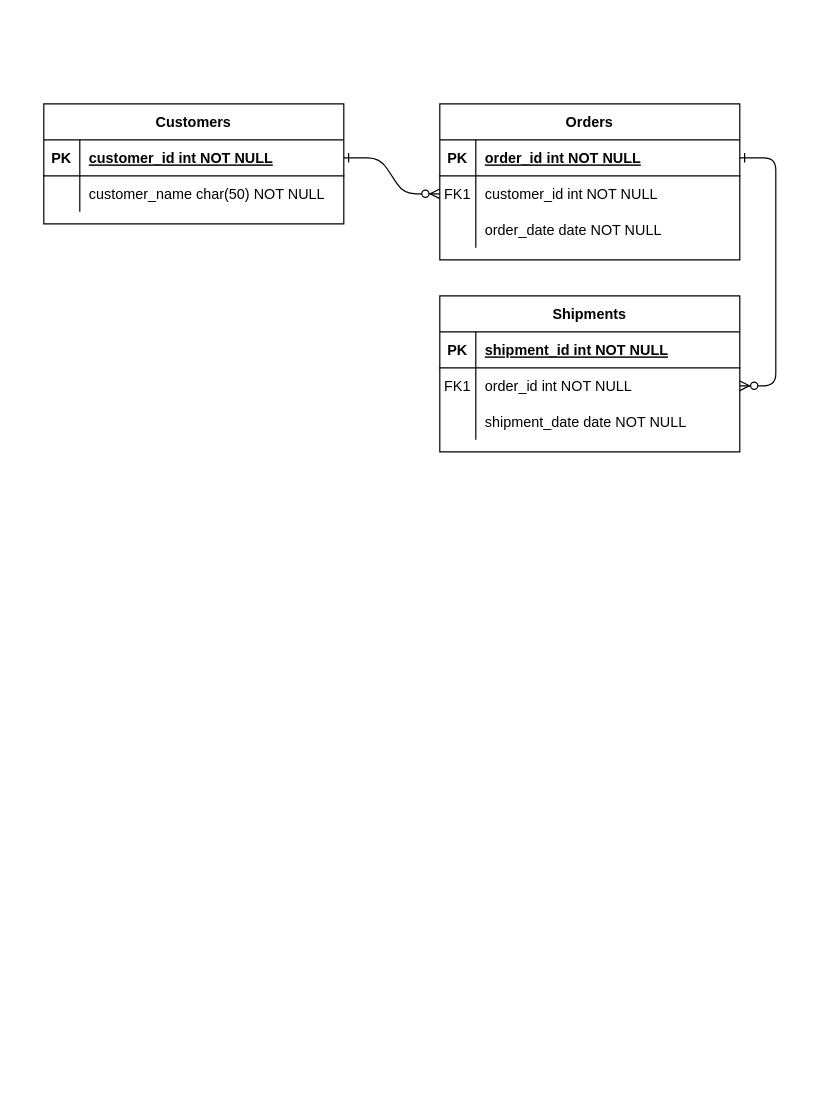
SxxAq/Temp keeps this draw.io diagram as Untitled Diagram.drawio. Above is the earlier version. Source tidied: cells renumbered, new cells numbered last; positions are measured from the earlier drawing's top-left corner, leaving out a move shared by most shapes. Both pictures are drawn from the tidied source at 120%, with x=0, y=0 at pixel (43, 103).
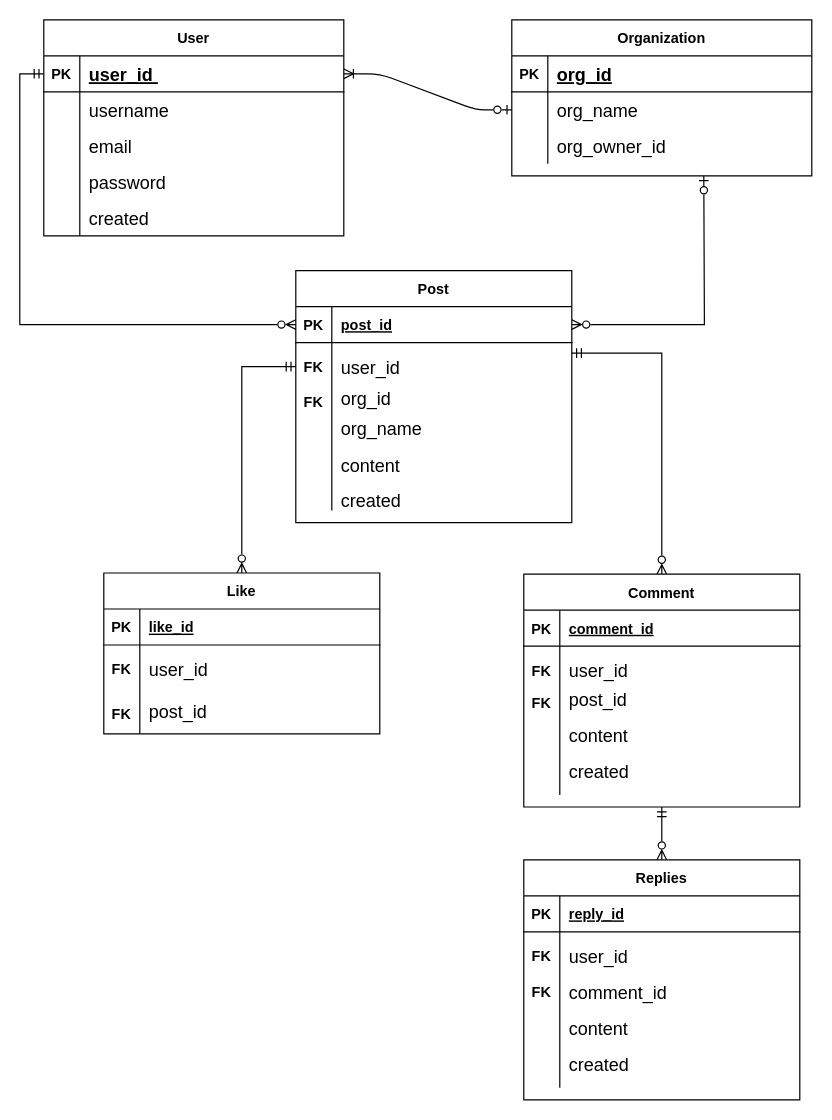
After the change.

Unchanged cells that the change refers to:
```xml
<mxCell id="5" style="shape=partialRectangle;fillColor=none;points=[[0,0.5],[1,0.5]];portConstraint=eastwest;top=0;left=0;right=0;bottom=1;" parent="4" vertex="1">
  <mxGeometry y="30" width="250" height="30" as="geometry" />
</mxCell>
<mxCell id="8" style="shape=partialRectangle;fillColor=none;points=[[0,0.5],[1,0.5]];portConstraint=eastwest;top=0;left=0;right=0;bottom=0;" parent="4" vertex="1">
  <mxGeometry y="60" width="250" height="30" as="geometry" />
</mxCell>
<mxCell id="11" style="shape=partialRectangle;fillColor=none;top=0;left=0;right=0;bottom=0;" parent="4" vertex="1">
  <mxGeometry y="90" width="250" height="30" as="geometry" />
</mxCell>
<mxCell id="25" style="shape=partialRectangle;fillColor=none;points=[[0,0.5],[1,0.5]];portConstraint=eastwest;top=0;left=0;right=0;bottom=1;" parent="24" vertex="1">
  <mxGeometry y="30" width="250" height="30" as="geometry" />
</mxCell>
```

Change to the diagram source:
```diff
@@
+    <mxCell id="31" value="org_name" style="shape=partialRectangle;overflow=hidden;fillColor=none;top=0;left=0;bottom=0;right=0;align=left;spacingLeft=6;fontSize=15;" parent="1" vertex="1">
+      <mxGeometry x="240" y="250" width="200" height="40" as="geometry" />
+    </mxCell>
-    <mxCell id="2" style="edgeStyle=entityRelationEdgeStyle;endArrow=ERzeroToMany;startArrow=ERone;endFill=1;startFill=0;" parent="1" edge="1" source="25" target="8">
+    <mxCell id="2" style="edgeStyle=entityRelationEdgeStyle;endArrow=ERzeroToOne;startArrow=ERoneToMany;endFill=0;startFill=0;" parent="1" edge="1" source="25" target="8">
       <mxGeometry relative="1" as="geometry" />
     </mxCell>
-    <mxCell id="3" style="edgeStyle=entityRelationEdgeStyle;endArrow=ERzeroToMany;startArrow=ERone;endFill=1;startFill=0;" parent="1" edge="1" source="5" target="18">
-      <mxGeometry relative="1" as="geometry" />
-    </mxCell>
-    <mxCell id="4" value="Orders" style="shape=table;startSize=30;childLayout=tableLayout;rowLines=0;fontStyle=1;align=center;" parent="1" vertex="1">
-      <mxGeometry x="330" width="250" height="130" as="geometry" />
+    <mxCell id="4" value="Organization" style="shape=table;startSize=30;childLayout=tableLayout;rowLines=0;fontStyle=1;align=center;" parent="1" vertex="1">
+      <mxGeometry x="390" y="-70" width="250" height="130" as="geometry" />
     </mxCell>
@@
-    <mxCell id="7" value="order_id int NOT NULL " style="shape=partialRectangle;overflow=hidden;fillColor=none;top=0;left=0;bottom=0;right=0;align=left;spacingLeft=6;fontStyle=5;" parent="5" vertex="1">
+    <mxCell id="7" value="org_id" style="shape=partialRectangle;overflow=hidden;fillColor=none;top=0;left=0;bottom=0;right=0;align=left;spacingLeft=6;fontStyle=5;fontSize=15;" parent="5" vertex="1">
       <mxGeometry x="30" width="220" height="30" as="geometry" />
     </mxCell>
@@
-    <mxCell id="9" value="FK1" style="shape=partialRectangle;overflow=hidden;fillColor=none;top=0;left=0;bottom=0;right=0;" parent="8" vertex="1">
+    <mxCell id="9" style="shape=partialRectangle;overflow=hidden;fillColor=none;top=0;left=0;bottom=0;right=0;" parent="8" vertex="1">
       <mxGeometry width="30" height="30" as="geometry" />
     </mxCell>
-    <mxCell id="10" value="customer_id int NOT NULL" style="shape=partialRectangle;overflow=hidden;fillColor=none;top=0;left=0;bottom=0;right=0;align=left;spacingLeft=6;" parent="8" vertex="1">
+    <mxCell id="10" value="org_name" style="shape=partialRectangle;overflow=hidden;fillColor=none;top=0;left=0;bottom=0;right=0;align=left;spacingLeft=6;fontSize=15;" parent="8" vertex="1">
       <mxGeometry x="30" width="220" height="30" as="geometry" />
     </mxCell>
@@
-    <mxCell id="13" value="order_date date NOT NULL" style="shape=partialRectangle;overflow=hidden;fillColor=none;top=0;left=0;bottom=0;right=0;align=left;spacingLeft=6;" parent="11" vertex="1">
+    <mxCell id="13" value="org_owner_id" style="shape=partialRectangle;overflow=hidden;fillColor=none;top=0;left=0;bottom=0;right=0;align=left;spacingLeft=6;fontSize=15;" parent="11" vertex="1">
       <mxGeometry x="30" width="220" height="30" as="geometry" />
     </mxCell>
-    <mxCell id="14" value="Shipments" style="shape=table;startSize=30;childLayout=tableLayout;rowLines=0;fontStyle=1;align=center;" parent="1" vertex="1">
-      <mxGeometry x="330" y="160" width="250" height="130" as="geometry" />
+    <mxCell id="14" value="Post" style="shape=table;startSize=30;childLayout=tableLayout;rowLines=0;fontStyle=1;align=center;" parent="1" vertex="1">
+      <mxGeometry x="210" y="139" width="230" height="210" as="geometry" />
     </mxCell>
     <mxCell id="15" style="shape=partialRectangle;fillColor=none;points=[[0,0.5],[1,0.5]];portConstraint=eastwest;top=0;left=0;right=0;bottom=1;" parent="14" vertex="1">
-      <mxGeometry y="30" width="250" height="30" as="geometry" />
+      <mxGeometry y="30" width="230" height="30" as="geometry" />
     </mxCell>
@@
-    <mxCell id="17" value="shipment_id int NOT NULL " style="shape=partialRectangle;overflow=hidden;fillColor=none;top=0;left=0;bottom=0;right=0;align=left;spacingLeft=6;fontStyle=5;" parent="15" vertex="1">
-      <mxGeometry x="30" width="220" height="30" as="geometry" />
+    <mxCell id="17" value="post_id" style="shape=partialRectangle;overflow=hidden;fillColor=none;top=0;left=0;bottom=0;right=0;align=left;spacingLeft=6;fontStyle=5;" parent="15" vertex="1">
+      <mxGeometry x="30" width="200" height="30" as="geometry" />
     </mxCell>
     <mxCell id="18" style="shape=partialRectangle;fillColor=none;points=[[0,0.5],[1,0.5]];portConstraint=eastwest;top=0;left=0;right=0;bottom=0;" parent="14" vertex="1">
-      <mxGeometry y="60" width="250" height="30" as="geometry" />
+      <mxGeometry y="60" width="230" height="40" as="geometry" />
     </mxCell>
-    <mxCell id="19" value="FK1" style="shape=partialRectangle;overflow=hidden;fillColor=none;top=0;left=0;bottom=0;right=0;" parent="18" vertex="1">
-      <mxGeometry width="30" height="30" as="geometry" />
+    <mxCell id="19" value="FK" style="shape=partialRectangle;overflow=hidden;fillColor=none;top=0;left=0;bottom=0;right=0;fontStyle=1;" parent="18" vertex="1">
+      <mxGeometry width="30" height="40" as="geometry" />
     </mxCell>
-    <mxCell id="20" value="order_id int NOT NULL" style="shape=partialRectangle;overflow=hidden;fillColor=none;top=0;left=0;bottom=0;right=0;align=left;spacingLeft=6;" parent="18" vertex="1">
-      <mxGeometry x="30" width="220" height="30" as="geometry" />
+    <mxCell id="20" value="user_id" style="shape=partialRectangle;overflow=hidden;fillColor=none;top=0;left=0;bottom=0;right=0;align=left;spacingLeft=6;fontSize=15;" parent="18" vertex="1">
+      <mxGeometry x="30" width="200" height="40" as="geometry" />
     </mxCell>
     <mxCell id="21" style="shape=partialRectangle;fillColor=none;top=0;left=0;right=0;bottom=0;" parent="14" vertex="1">
-      <mxGeometry y="90" width="250" height="30" as="geometry" />
+      <mxGeometry y="100" width="230" height="100" as="geometry" />
     </mxCell>
     <mxCell id="22" style="shape=partialRectangle;overflow=hidden;fillColor=none;top=0;left=0;bottom=0;right=0;" parent="21" vertex="1">
-      <mxGeometry width="30" height="30" as="geometry" />
+      <mxGeometry width="30" height="100" as="geometry" />
     </mxCell>
-    <mxCell id="23" value="shipment_date date NOT NULL" style="shape=partialRectangle;overflow=hidden;fillColor=none;top=0;left=0;bottom=0;right=0;align=left;spacingLeft=6;" parent="21" vertex="1">
-      <mxGeometry x="30" width="220" height="30" as="geometry" />
+    <mxCell id="23" style="shape=partialRectangle;overflow=hidden;fillColor=none;top=0;left=0;bottom=0;right=0;align=left;spacingLeft=6;" parent="21" vertex="1">
+      <mxGeometry x="30" width="200" height="100" as="geometry" />
     </mxCell>
-    <mxCell id="24" value="Customers" style="shape=table;startSize=30;childLayout=tableLayout;rowLines=0;fontStyle=1;align=center;" parent="1" vertex="1">
-      <mxGeometry width="250" height="100" as="geometry" />
+    <mxCell id="24" value="User" style="shape=table;startSize=30;childLayout=tableLayout;rowLines=0;fontStyle=1;align=center;" parent="1" vertex="1">
+      <mxGeometry y="-70" width="250" height="180" as="geometry" />
     </mxCell>
@@
-    <mxCell id="27" value="customer_id int NOT NULL " style="shape=partialRectangle;overflow=hidden;fillColor=none;top=0;left=0;bottom=0;right=0;align=left;spacingLeft=6;fontStyle=5;" parent="25" vertex="1">
+    <mxCell id="27" value="user_id " style="shape=partialRectangle;overflow=hidden;fillColor=none;top=0;left=0;bottom=0;right=0;align=left;spacingLeft=6;fontStyle=5;fontSize=15;" parent="25" vertex="1">
       <mxGeometry x="30" width="220" height="30" as="geometry" />
     </mxCell>
     <mxCell id="28" style="shape=partialRectangle;fillColor=none;top=0;left=0;right=0;bottom=0;" parent="24" vertex="1">
-      <mxGeometry y="60" width="250" height="30" as="geometry" />
+      <mxGeometry y="60" width="250" height="120" as="geometry" />
     </mxCell>
     <mxCell id="29" style="shape=partialRectangle;overflow=hidden;fillColor=none;top=0;left=0;bottom=0;right=0;" parent="28" vertex="1">
-      <mxGeometry width="30" height="30" as="geometry" />
+      <mxGeometry width="30" height="120" as="geometry" />
     </mxCell>
-    <mxCell id="30" value="customer_name char(50) NOT NULL" style="shape=partialRectangle;overflow=hidden;fillColor=none;top=0;left=0;bottom=0;right=0;align=left;spacingLeft=6;" parent="28" vertex="1">
-      <mxGeometry x="30" width="220" height="30" as="geometry" />
+    <mxCell id="30" style="shape=partialRectangle;overflow=hidden;fillColor=none;top=0;left=0;bottom=0;right=0;align=left;spacingLeft=6;" parent="28" vertex="1">
+      <mxGeometry x="30" width="220" height="120" as="geometry" />
     </mxCell>
+    <mxCell id="32" value="username" style="shape=partialRectangle;overflow=hidden;fillColor=none;top=0;left=0;bottom=0;right=0;align=left;spacingLeft=6;fontSize=15;" parent="1" vertex="1">
+      <mxGeometry x="30" y="-10" width="220" height="30" as="geometry" />
+    </mxCell>
+    <mxCell id="33" value="email" style="shape=partialRectangle;overflow=hidden;fillColor=none;top=0;left=0;bottom=0;right=0;align=left;spacingLeft=6;fontSize=15;" parent="1" vertex="1">
+      <mxGeometry x="30" y="20" width="220" height="30" as="geometry" />
+    </mxCell>
+    <mxCell id="34" value="password" style="shape=partialRectangle;overflow=hidden;fillColor=none;top=0;left=0;bottom=0;right=0;align=left;spacingLeft=6;fontSize=15;" parent="1" vertex="1">
+      <mxGeometry x="30" y="50" width="220" height="30" as="geometry" />
+    </mxCell>
+    <mxCell id="35" value="content" style="shape=partialRectangle;overflow=hidden;fillColor=none;top=0;left=0;bottom=0;right=0;align=left;spacingLeft=6;fontSize=15;" parent="1" vertex="1">
+      <mxGeometry x="240" y="281" width="200" height="40" as="geometry" />
+    </mxCell>
+    <mxCell id="36" value="created" style="shape=partialRectangle;overflow=hidden;fillColor=none;top=0;left=0;bottom=0;right=0;align=left;spacingLeft=6;fontSize=15;" parent="1" vertex="1">
+      <mxGeometry x="240" y="315" width="200" height="30" as="geometry" />
+    </mxCell>
+    <mxCell id="37" style="edgeStyle=orthogonalEdgeStyle;rounded=0;jettySize=auto;html=1;entryX=0;entryY=0.5;entryDx=0;entryDy=0;endArrow=ERmandOne;endFill=0;startArrow=ERzeroToMany;startFill=0;" parent="1" edge="1" source="15" target="25">
+      <mxGeometry relative="1" as="geometry" />
+    </mxCell>
+    <mxCell id="38" style="edgeStyle=orthogonalEdgeStyle;rounded=0;jettySize=auto;html=1;entryX=0;entryY=0.5;entryDx=0;entryDy=0;endArrow=ERmandOne;endFill=0;startArrow=ERzeroToMany;startFill=0;" parent="1" edge="1" source="39" target="18">
+      <mxGeometry relative="1" as="geometry" />
+    </mxCell>
+    <mxCell id="39" value="Like" style="shape=table;startSize=30;childLayout=tableLayout;rowLines=0;fontStyle=1;align=center;" parent="1" vertex="1">
+      <mxGeometry x="50" y="391" width="230" height="134" as="geometry" />
+    </mxCell>
+    <mxCell id="40" style="shape=partialRectangle;fillColor=none;top=0;left=0;right=0;bottom=1;" parent="39" vertex="1">
+      <mxGeometry y="30" width="230" height="30" as="geometry" />
+    </mxCell>
+    <mxCell id="41" value="PK" style="shape=partialRectangle;overflow=hidden;fillColor=none;top=0;left=0;bottom=0;right=0;fontStyle=1;" parent="40" vertex="1">
+      <mxGeometry width="30" height="30" as="geometry" />
+    </mxCell>
+    <mxCell id="42" value="like_id" style="shape=partialRectangle;overflow=hidden;fillColor=none;top=0;left=0;bottom=0;right=0;align=left;spacingLeft=6;fontStyle=5;" parent="40" vertex="1">
+      <mxGeometry x="30" width="200" height="30" as="geometry" />
+    </mxCell>
+    <mxCell id="43" style="shape=partialRectangle;fillColor=none;top=0;left=0;right=0;bottom=0;" parent="39" vertex="1">
+      <mxGeometry y="60" width="230" height="40" as="geometry" />
+    </mxCell>
+    <mxCell id="44" value="FK" style="shape=partialRectangle;overflow=hidden;fillColor=none;top=0;left=0;bottom=0;right=0;fontStyle=1;" parent="43" vertex="1">
+      <mxGeometry width="30" height="40" as="geometry" />
+    </mxCell>
+    <mxCell id="45" value="user_id" style="shape=partialRectangle;overflow=hidden;fillColor=none;top=0;left=0;bottom=0;right=0;align=left;spacingLeft=6;fontSize=15;" parent="43" vertex="1">
+      <mxGeometry x="30" width="200" height="40" as="geometry" />
+    </mxCell>
+    <mxCell id="46" style="shape=partialRectangle;fillColor=none;top=0;left=0;right=0;bottom=0;" parent="39" vertex="1">
+      <mxGeometry y="100" width="230" height="34" as="geometry" />
+    </mxCell>
+    <mxCell id="47" value="FK" style="shape=partialRectangle;overflow=hidden;fillColor=none;top=0;left=0;bottom=0;right=0;fontStyle=1;" parent="46" vertex="1">
+      <mxGeometry width="30" height="34" as="geometry" />
+    </mxCell>
+    <mxCell id="48" style="shape=partialRectangle;overflow=hidden;fillColor=none;top=0;left=0;bottom=0;right=0;align=left;spacingLeft=6;" parent="46" vertex="1">
+      <mxGeometry x="30" width="200" height="34" as="geometry" />
+    </mxCell>
+    <mxCell id="49" style="edgeStyle=orthogonalEdgeStyle;rounded=0;jettySize=auto;html=1;entryX=1;entryY=0.22;entryDx=0;entryDy=0;entryPerimeter=0;endArrow=ERmandOne;endFill=0;startArrow=ERzeroToMany;startFill=0;" parent="1" edge="1" source="50" target="18">
+      <mxGeometry relative="1" as="geometry" />
+    </mxCell>
+    <mxCell id="50" value="Comment" style="shape=table;startSize=30;childLayout=tableLayout;rowLines=0;fontStyle=1;align=center;" parent="1" vertex="1">
+      <mxGeometry x="400" y="392" width="230" height="194" as="geometry" />
+    </mxCell>
+    <mxCell id="51" style="shape=partialRectangle;fillColor=none;top=0;left=0;right=0;bottom=1;" parent="50" vertex="1">
+      <mxGeometry y="30" width="230" height="30" as="geometry" />
+    </mxCell>
+    <mxCell id="52" value="PK" style="shape=partialRectangle;overflow=hidden;fillColor=none;top=0;left=0;bottom=0;right=0;fontStyle=1;" parent="51" vertex="1">
+      <mxGeometry width="30" height="30" as="geometry" />
+    </mxCell>
+    <mxCell id="53" value="comment_id" style="shape=partialRectangle;overflow=hidden;fillColor=none;top=0;left=0;bottom=0;right=0;align=left;spacingLeft=6;fontStyle=5;" parent="51" vertex="1">
+      <mxGeometry x="30" width="200" height="30" as="geometry" />
+    </mxCell>
+    <mxCell id="54" style="shape=partialRectangle;fillColor=none;top=0;left=0;right=0;bottom=0;" parent="50" vertex="1">
+      <mxGeometry y="60" width="230" height="40" as="geometry" />
+    </mxCell>
+    <mxCell id="55" value="FK" style="shape=partialRectangle;overflow=hidden;fillColor=none;top=0;left=0;bottom=0;right=0;fontStyle=1;" parent="54" vertex="1">
+      <mxGeometry width="30" height="40" as="geometry" />
+    </mxCell>
+    <mxCell id="56" value="user_id" style="shape=partialRectangle;overflow=hidden;fillColor=none;top=0;left=0;bottom=0;right=0;align=left;spacingLeft=6;fontSize=15;" parent="54" vertex="1">
+      <mxGeometry x="30" width="200" height="40" as="geometry" />
+    </mxCell>
+    <mxCell id="57" style="shape=partialRectangle;fillColor=none;top=0;left=0;right=0;bottom=0;" parent="50" vertex="1">
+      <mxGeometry y="100" width="230" height="84" as="geometry" />
+    </mxCell>
+    <mxCell id="58" style="shape=partialRectangle;overflow=hidden;fillColor=none;top=0;left=0;bottom=0;right=0;" parent="57" vertex="1">
+      <mxGeometry width="30" height="84" as="geometry" />
+    </mxCell>
+    <mxCell id="59" style="shape=partialRectangle;overflow=hidden;fillColor=none;top=0;left=0;bottom=0;right=0;align=left;spacingLeft=6;" parent="57" vertex="1">
+      <mxGeometry x="30" width="200" height="84" as="geometry" />
+    </mxCell>
+    <mxCell id="60" value="post_id" style="shape=partialRectangle;overflow=hidden;fillColor=none;top=0;left=0;bottom=0;right=0;align=left;spacingLeft=6;fontSize=15;" parent="1" vertex="1">
+      <mxGeometry x="80" y="486" width="200" height="40" as="geometry" />
+    </mxCell>
+    <mxCell id="61" value="post_id" style="shape=partialRectangle;overflow=hidden;fillColor=none;top=0;left=0;bottom=0;right=0;align=left;spacingLeft=6;fontSize=15;" parent="1" vertex="1">
+      <mxGeometry x="430" y="476" width="200" height="40" as="geometry" />
+    </mxCell>
+    <mxCell id="62" value="content" style="shape=partialRectangle;overflow=hidden;fillColor=none;top=0;left=0;bottom=0;right=0;align=left;spacingLeft=6;fontSize=15;" parent="1" vertex="1">
+      <mxGeometry x="430" y="506" width="200" height="40" as="geometry" />
+    </mxCell>
+    <mxCell id="63" value="created" style="shape=partialRectangle;overflow=hidden;fillColor=none;top=0;left=0;bottom=0;right=0;align=left;spacingLeft=6;fontSize=15;" parent="1" vertex="1">
+      <mxGeometry x="430" y="536" width="200" height="40" as="geometry" />
+    </mxCell>
+    <mxCell id="64" style="edgeStyle=orthogonalEdgeStyle;rounded=0;jettySize=auto;html=1;entryX=0.5;entryY=1;entryDx=0;entryDy=0;endArrow=ERmandOne;endFill=0;startArrow=ERzeroToMany;startFill=0;" parent="1" edge="1" source="65" target="50">
+      <mxGeometry relative="1" as="geometry" />
+    </mxCell>
+    <mxCell id="65" value="Replies" style="shape=table;startSize=30;childLayout=tableLayout;rowLines=0;fontStyle=1;align=center;" parent="1" vertex="1">
+      <mxGeometry x="400" y="630" width="230" height="200" as="geometry" />
+    </mxCell>
+    <mxCell id="66" style="shape=partialRectangle;fillColor=none;top=0;left=0;right=0;bottom=1;" parent="65" vertex="1">
+      <mxGeometry y="30" width="230" height="30" as="geometry" />
+    </mxCell>
+    <mxCell id="67" value="PK" style="shape=partialRectangle;overflow=hidden;fillColor=none;top=0;left=0;bottom=0;right=0;fontStyle=1;" parent="66" vertex="1">
+      <mxGeometry width="30" height="30" as="geometry" />
+    </mxCell>
+    <mxCell id="68" value="reply_id" style="shape=partialRectangle;overflow=hidden;fillColor=none;top=0;left=0;bottom=0;right=0;align=left;spacingLeft=6;fontStyle=5;" parent="66" vertex="1">
+      <mxGeometry x="30" width="200" height="30" as="geometry" />
+    </mxCell>
+    <mxCell id="69" style="shape=partialRectangle;fillColor=none;top=0;left=0;right=0;bottom=0;" parent="65" vertex="1">
+      <mxGeometry y="60" width="230" height="40" as="geometry" />
+    </mxCell>
+    <mxCell id="70" value="FK" style="shape=partialRectangle;overflow=hidden;fillColor=none;top=0;left=0;bottom=0;right=0;fontStyle=1;" parent="69" vertex="1">
+      <mxGeometry width="30" height="40" as="geometry" />
+    </mxCell>
+    <mxCell id="71" value="user_id" style="shape=partialRectangle;overflow=hidden;fillColor=none;top=0;left=0;bottom=0;right=0;align=left;spacingLeft=6;fontSize=15;" parent="69" vertex="1">
+      <mxGeometry x="30" width="200" height="40" as="geometry" />
+    </mxCell>
+    <mxCell id="72" style="shape=partialRectangle;fillColor=none;top=0;left=0;right=0;bottom=0;" parent="65" vertex="1">
+      <mxGeometry y="100" width="230" height="90" as="geometry" />
+    </mxCell>
+    <mxCell id="73" style="shape=partialRectangle;overflow=hidden;fillColor=none;top=0;left=0;bottom=0;right=0;" parent="72" vertex="1">
+      <mxGeometry width="30" height="90" as="geometry" />
+    </mxCell>
+    <mxCell id="74" style="shape=partialRectangle;overflow=hidden;fillColor=none;top=0;left=0;bottom=0;right=0;align=left;spacingLeft=6;" parent="72" vertex="1">
+      <mxGeometry x="30" width="200" height="90" as="geometry" />
+    </mxCell>
+    <mxCell id="75" value="comment_id" style="shape=partialRectangle;overflow=hidden;fillColor=none;top=0;left=0;bottom=0;right=0;align=left;spacingLeft=6;fontSize=15;" parent="1" vertex="1">
+      <mxGeometry x="430" y="720" width="200" height="40" as="geometry" />
+    </mxCell>
+    <mxCell id="76" value="content" style="shape=partialRectangle;overflow=hidden;fillColor=none;top=0;left=0;bottom=0;right=0;align=left;spacingLeft=6;fontSize=15;" parent="1" vertex="1">
+      <mxGeometry x="430" y="750" width="200" height="40" as="geometry" />
+    </mxCell>
+    <mxCell id="77" value="created" style="shape=partialRectangle;overflow=hidden;fillColor=none;top=0;left=0;bottom=0;right=0;align=left;spacingLeft=6;fontSize=15;" parent="1" vertex="1">
+      <mxGeometry x="430" y="780" width="200" height="40" as="geometry" />
+    </mxCell>
+    <mxCell id="78" value="org_id" style="shape=partialRectangle;overflow=hidden;fillColor=none;top=0;left=0;bottom=0;right=0;align=left;spacingLeft=6;fontSize=15;" parent="1" vertex="1">
+      <mxGeometry x="240" y="225" width="200" height="40" as="geometry" />
+    </mxCell>
+    <mxCell id="79" value="FK" style="shape=partialRectangle;overflow=hidden;fillColor=none;top=0;left=0;bottom=0;right=0;fontStyle=1;" parent="1" vertex="1">
+      <mxGeometry x="210" y="228" width="30" height="40" as="geometry" />
+    </mxCell>
+    <mxCell id="80" style="edgeStyle=orthogonalEdgeStyle;rounded=0;jettySize=auto;html=1;endArrow=ERzeroToOne;endFill=0;startArrow=ERzeroToMany;startFill=0;" parent="1" edge="1" source="15">
+      <mxGeometry relative="1" as="geometry">
+        <mxPoint x="550" y="60" as="targetPoint" />
+      </mxGeometry>
+    </mxCell>
+    <mxCell id="81" value="FK" style="shape=partialRectangle;overflow=hidden;fillColor=none;top=0;left=0;bottom=0;right=0;fontStyle=1;" parent="1" vertex="1">
+      <mxGeometry x="400" y="479" width="30" height="40" as="geometry" />
+    </mxCell>
+    <mxCell id="82" value="FK" style="shape=partialRectangle;overflow=hidden;fillColor=none;top=0;left=0;bottom=0;right=0;fontStyle=1;" parent="1" vertex="1">
+      <mxGeometry x="400" y="720" width="30" height="40" as="geometry" />
+    </mxCell>
+    <mxCell id="83" value="created" style="shape=partialRectangle;overflow=hidden;fillColor=none;top=0;left=0;bottom=0;right=0;align=left;spacingLeft=6;fontSize=15;" parent="1" vertex="1">
+      <mxGeometry x="30" y="80" width="220" height="30" as="geometry" />
+    </mxCell>
```
